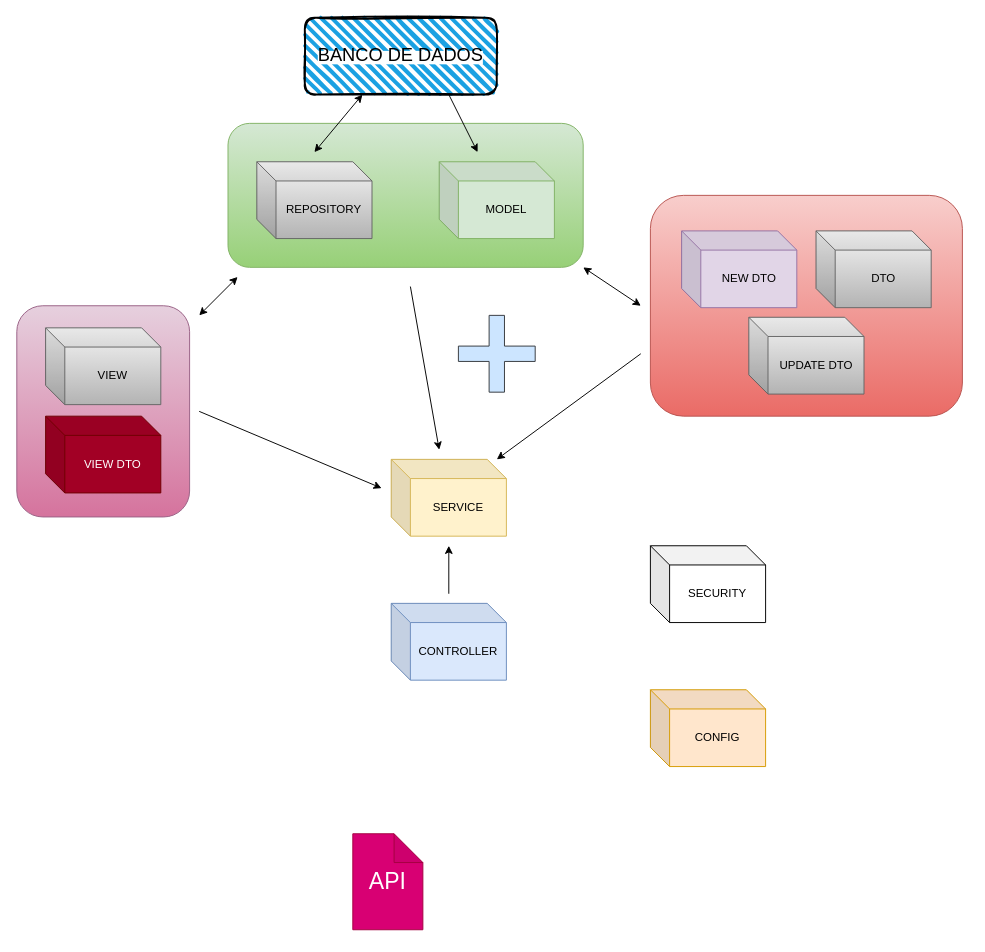
Earlier version of the draw.io diagram page "Estrutura - Java Project" (2 of 3) of Faca&Bigode.drawio (dev-welligtonlins/spring-security). Source tidied: cells renumbered, new cells numbered last; positions are measured from the earlier drawing's top-left corner, leaving out a move shared by most shapes. Both pictures are drawn from the tidied source at 96%, with x=0, y=0 at pixel (16, 17).
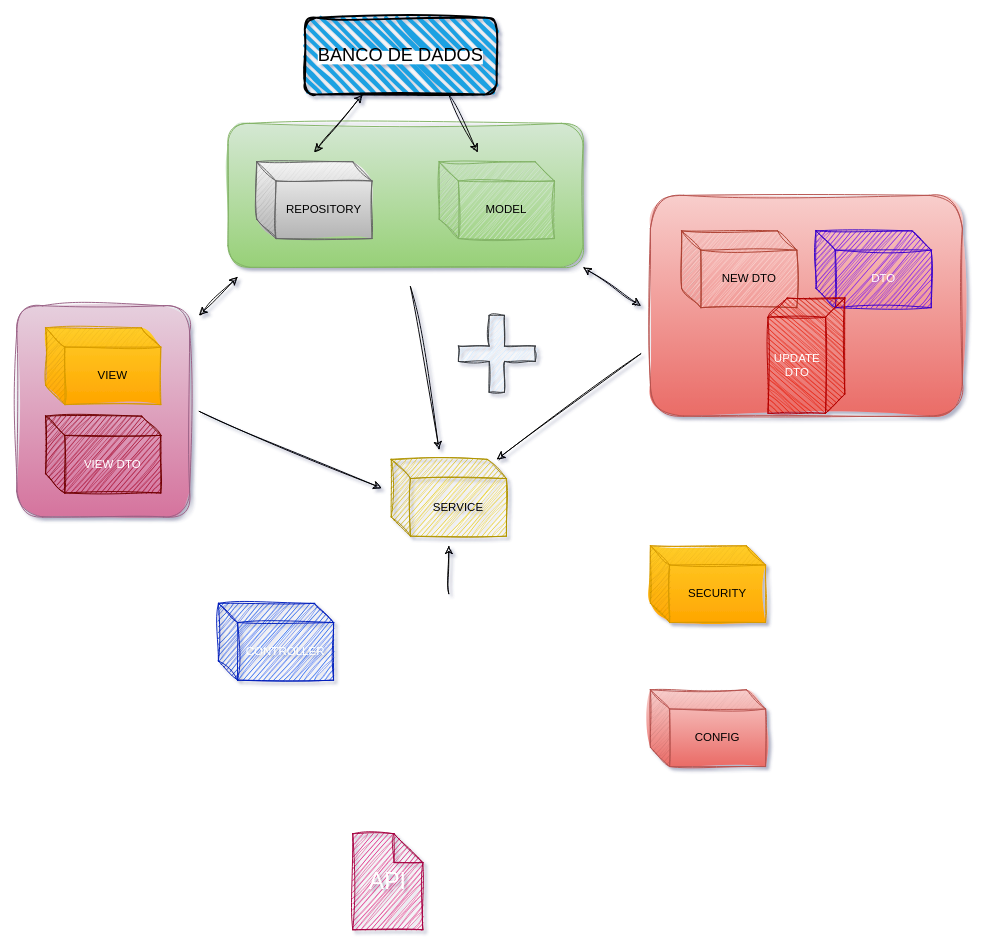
After the change.

What changed in the source:
```diff
@@
-<mxGraphModel background="#ffffff">
+<mxGraphModel background="#ffffff" shadow="1">
@@
-    <mxCell id="2" style="rounded=1;whiteSpace=wrap;html=1;fillColor=#e6d0de;strokeColor=#996185;gradientColor=#d5739d;" parent="1" vertex="1">
+    <mxCell id="2" style="rounded=1;whiteSpace=wrap;html=1;fillColor=#e6d0de;strokeColor=#996185;gradientColor=#d5739d;sketch=1;curveFitting=1;jiggle=2;" parent="1" vertex="1">
       <mxGeometry y="300" width="180" height="220" as="geometry" />
     </mxCell>
-    <mxCell id="3" style="rounded=1;whiteSpace=wrap;html=1;fillColor=#f8cecc;gradientColor=#ea6b66;strokeColor=#b85450;" parent="1" vertex="1">
+    <mxCell id="3" style="rounded=1;whiteSpace=wrap;html=1;fillColor=#f8cecc;gradientColor=#ea6b66;strokeColor=#b85450;sketch=1;curveFitting=1;jiggle=2;" parent="1" vertex="1">
       <mxGeometry x="660" y="185" width="325" height="230" as="geometry" />
     </mxCell>
-    <mxCell id="4" style="rounded=1;whiteSpace=wrap;html=1;fillColor=#d5e8d4;gradientColor=#97d077;strokeColor=#82b366;" parent="1" vertex="1">
+    <mxCell id="4" style="rounded=1;whiteSpace=wrap;html=1;fillColor=#d5e8d4;gradientColor=#97d077;strokeColor=#82b366;sketch=1;curveFitting=1;jiggle=2;" parent="1" vertex="1">
       <mxGeometry x="220" y="110" width="370" height="150" as="geometry" />
     </mxCell>
-    <mxCell id="5" value="REPOSITORY" style="shape=cube;whiteSpace=wrap;html=1;boundedLbl=1;backgroundOutline=1;darkOpacity=0.05;darkOpacity2=0.1;fillColor=#f5f5f5;gradientColor=#b3b3b3;strokeColor=#666666;" parent="1" vertex="1">
+    <mxCell id="5" value="REPOSITORY" style="shape=cube;whiteSpace=wrap;html=1;boundedLbl=1;backgroundOutline=1;darkOpacity=0.05;darkOpacity2=0.1;fillColor=#f5f5f5;gradientColor=#b3b3b3;strokeColor=#666666;sketch=1;curveFitting=1;jiggle=2;rounded=1;" parent="1" vertex="1">
       <mxGeometry x="250" y="150" width="120" height="80" as="geometry" />
     </mxCell>
-    <mxCell id="6" value="MODEL" style="shape=cube;whiteSpace=wrap;html=1;boundedLbl=1;backgroundOutline=1;darkOpacity=0.05;darkOpacity2=0.1;fillColor=#d5e8d4;strokeColor=#82b366;" parent="1" vertex="1">
+    <mxCell id="6" value="MODEL" style="shape=cube;whiteSpace=wrap;html=1;boundedLbl=1;backgroundOutline=1;darkOpacity=0.05;darkOpacity2=0.1;fillColor=#d5e8d4;strokeColor=#82b366;sketch=1;curveFitting=1;jiggle=2;rounded=1;" parent="1" vertex="1">
       <mxGeometry x="440" y="150" width="120" height="80" as="geometry" />
     </mxCell>
-    <mxCell id="7" value="SERVICE" style="shape=cube;whiteSpace=wrap;html=1;boundedLbl=1;backgroundOutline=1;darkOpacity=0.05;darkOpacity2=0.1;fillColor=#fff2cc;strokeColor=#d6b656;" parent="1" vertex="1">
+    <mxCell id="7" value="SERVICE" style="shape=cube;whiteSpace=wrap;html=1;boundedLbl=1;backgroundOutline=1;darkOpacity=0.05;darkOpacity2=0.1;fillColor=#e3c800;strokeColor=#B09500;fontColor=#000000;sketch=1;curveFitting=1;jiggle=2;rounded=1;" parent="1" vertex="1">
       <mxGeometry x="390" y="460" width="120" height="80" as="geometry" />
     </mxCell>
-    <mxCell id="8" style="edgeStyle=orthogonalEdgeStyle;rounded=0;orthogonalLoop=1;jettySize=auto;html=1;" parent="1" edge="1">
+    <mxCell id="8" style="edgeStyle=orthogonalEdgeStyle;rounded=1;orthogonalLoop=1;jettySize=auto;html=1;sketch=1;curveFitting=1;jiggle=2;" parent="1" edge="1">
       <mxGeometry relative="1" as="geometry">
         <mxPoint x="450" y="600" as="sourcePoint" />
         <mxPoint x="450" y="550" as="targetPoint" />
       </mxGeometry>
     </mxCell>
-    <mxCell id="9" value="CONTROLLER" style="shape=cube;whiteSpace=wrap;html=1;boundedLbl=1;backgroundOutline=1;darkOpacity=0.05;darkOpacity2=0.1;fillColor=#dae8fc;strokeColor=#6c8ebf;" parent="1" vertex="1">
-      <mxGeometry x="390" y="610" width="120" height="80" as="geometry" />
+    <mxCell id="9" value="CONTROLLER" style="shape=cube;whiteSpace=wrap;html=1;boundedLbl=1;backgroundOutline=1;darkOpacity=0.05;darkOpacity2=0.1;fillColor=#0050ef;strokeColor=#001DBC;fontColor=#ffffff;sketch=1;curveFitting=1;jiggle=2;rounded=1;" parent="1" vertex="1">
+      <mxGeometry x="210" y="610" width="120" height="80" as="geometry" />
     </mxCell>
-    <mxCell id="10" value="DTO" style="shape=cube;whiteSpace=wrap;html=1;boundedLbl=1;backgroundOutline=1;darkOpacity=0.05;darkOpacity2=0.1;fillColor=#f5f5f5;gradientColor=#b3b3b3;strokeColor=#666666;" parent="1" vertex="1">
+    <mxCell id="10" value="DTO" style="shape=cube;whiteSpace=wrap;html=1;boundedLbl=1;backgroundOutline=1;darkOpacity=0.05;darkOpacity2=0.1;fillColor=#6a00ff;strokeColor=#3700CC;fontColor=#ffffff;sketch=1;curveFitting=1;jiggle=2;rounded=1;" parent="1" vertex="1">
       <mxGeometry x="832.5" y="222" width="120" height="80" as="geometry" />
     </mxCell>
-    <mxCell id="11" value="NEW DTO" style="shape=cube;whiteSpace=wrap;html=1;boundedLbl=1;backgroundOutline=1;darkOpacity=0.05;darkOpacity2=0.1;fillColor=#e1d5e7;strokeColor=#9673a6;" parent="1" vertex="1">
+    <mxCell id="11" value="NEW DTO" style="shape=cube;whiteSpace=wrap;html=1;boundedLbl=1;backgroundOutline=1;darkOpacity=0.05;darkOpacity2=0.1;fillColor=#fad9d5;strokeColor=#ae4132;sketch=1;curveFitting=1;jiggle=2;rounded=1;" parent="1" vertex="1">
       <mxGeometry x="692.5" y="222" width="120" height="80" as="geometry" />
     </mxCell>
-    <mxCell id="12" value="UPDATE DTO" style="shape=cube;whiteSpace=wrap;html=1;boundedLbl=1;backgroundOutline=1;darkOpacity=0.05;darkOpacity2=0.1;fillColor=#f5f5f5;gradientColor=#b3b3b3;strokeColor=#666666;" parent="1" vertex="1">
-      <mxGeometry x="762.5" y="312" width="120" height="80" as="geometry" />
+    <mxCell id="12" value="UPDATE DTO" style="shape=cube;whiteSpace=wrap;html=1;boundedLbl=1;backgroundOutline=1;darkOpacity=0.05;darkOpacity2=0.1;direction=south;fillColor=#e51400;strokeColor=#B20000;fontColor=#ffffff;sketch=1;curveFitting=1;jiggle=2;rounded=1;" parent="1" vertex="1">
+      <mxGeometry x="782.5" y="292" width="80" height="120" as="geometry" />
     </mxCell>
-    <mxCell id="13" value="VIEW" style="shape=cube;whiteSpace=wrap;html=1;boundedLbl=1;backgroundOutline=1;darkOpacity=0.05;darkOpacity2=0.1;fillColor=#f5f5f5;gradientColor=#b3b3b3;strokeColor=#666666;" parent="1" vertex="1">
+    <mxCell id="13" value="VIEW" style="shape=cube;whiteSpace=wrap;html=1;boundedLbl=1;backgroundOutline=1;darkOpacity=0.05;darkOpacity2=0.1;fillColor=#ffcd28;gradientColor=#ffa500;strokeColor=#d79b00;sketch=1;curveFitting=1;jiggle=2;rounded=1;" parent="1" vertex="1">
       <mxGeometry x="30" y="323" width="120" height="80" as="geometry" />
     </mxCell>
-    <mxCell id="14" value="VIEW DTO" style="shape=cube;whiteSpace=wrap;html=1;boundedLbl=1;backgroundOutline=1;darkOpacity=0.05;darkOpacity2=0.1;fillColor=#a20025;fontColor=#ffffff;strokeColor=#6F0000;" parent="1" vertex="1">
+    <mxCell id="14" value="VIEW DTO" style="shape=cube;whiteSpace=wrap;html=1;boundedLbl=1;backgroundOutline=1;darkOpacity=0.05;darkOpacity2=0.1;fillColor=#a20025;fontColor=#ffffff;strokeColor=#6F0000;sketch=1;curveFitting=1;jiggle=2;rounded=1;" parent="1" vertex="1">
       <mxGeometry x="30" y="415" width="120" height="80" as="geometry" />
     </mxCell>
-    <mxCell id="15" value="&lt;span style=&quot;background-color: light-dark(#ffffff, var(--ge-dark-color, #121212));&quot;&gt;&lt;font style=&quot;font-size: 19px; line-height: 360%;&quot;&gt;BANCO DE DADOS&lt;/font&gt;&lt;/span&gt;" style="rounded=1;whiteSpace=wrap;html=1;strokeWidth=2;fillWeight=4;hachureGap=8;hachureAngle=45;fillColor=#1ba1e2;sketch=1;" parent="1" vertex="1">
+    <mxCell id="15" value="&lt;span style=&quot;background-color: light-dark(#ffffff, var(--ge-dark-color, #121212));&quot;&gt;&lt;font style=&quot;font-size: 19px; line-height: 360%;&quot;&gt;BANCO DE DADOS&lt;/font&gt;&lt;/span&gt;" style="rounded=1;whiteSpace=wrap;html=1;strokeWidth=2;fillWeight=4;hachureGap=8;hachureAngle=45;fillColor=#1ba1e2;sketch=1;curveFitting=1;jiggle=2;" parent="1" vertex="1">
       <mxGeometry x="300" width="200" height="80" as="geometry" />
     </mxCell>
-    <mxCell id="16" style="endArrow=classic;startArrow=classic;html=1;rounded=0;" parent="1" edge="1">
+    <mxCell id="16" style="endArrow=classic;startArrow=classic;html=1;rounded=1;sketch=1;curveFitting=1;jiggle=2;" parent="1" edge="1">
       <mxGeometry relative="1" as="geometry">
         <mxPoint x="310" y="140" as="sourcePoint" />
         <mxPoint x="360" y="80" as="targetPoint" />
       </mxGeometry>
     </mxCell>
-    <mxCell id="17" style="endArrow=classic;html=1;rounded=0;" parent="1" edge="1">
+    <mxCell id="17" style="endArrow=classic;html=1;rounded=1;sketch=1;curveFitting=1;jiggle=2;" parent="1" edge="1">
       <mxGeometry relative="1" as="geometry">
         <mxPoint x="450" y="80" as="sourcePoint" />
         <mxPoint x="480" y="140" as="targetPoint" />
       </mxGeometry>
     </mxCell>
-    <mxCell id="18" style="endArrow=classic;startArrow=classic;html=1;rounded=0;" parent="1" edge="1">
+    <mxCell id="18" style="endArrow=classic;startArrow=classic;html=1;rounded=1;sketch=1;curveFitting=1;jiggle=2;" parent="1" edge="1">
       <mxGeometry relative="1" as="geometry">
         <mxPoint x="190" y="310" as="sourcePoint" />
         <mxPoint x="230" y="270" as="targetPoint" />
       </mxGeometry>
     </mxCell>
-    <mxCell id="19" style="endArrow=classic;startArrow=classic;html=1;rounded=0;" parent="1" edge="1">
+    <mxCell id="19" style="endArrow=classic;startArrow=classic;html=1;rounded=1;sketch=1;curveFitting=1;jiggle=2;" parent="1" edge="1">
       <mxGeometry relative="1" as="geometry">
         <mxPoint x="650" y="300" as="sourcePoint" />
         <mxPoint x="590" y="260" as="targetPoint" />
       </mxGeometry>
     </mxCell>
-    <mxCell id="20" style="endArrow=classic;html=1;rounded=0;" parent="1" edge="1">
+    <mxCell id="20" style="endArrow=classic;html=1;rounded=1;sketch=1;curveFitting=1;jiggle=2;" parent="1" edge="1">
       <mxGeometry relative="1" as="geometry">
         <mxPoint x="410" y="280" as="sourcePoint" />
         <mxPoint x="440" y="450" as="targetPoint" />
       </mxGeometry>
     </mxCell>
-    <mxCell id="21" style="endArrow=classic;html=1;rounded=0;" parent="1" edge="1">
+    <mxCell id="21" style="endArrow=classic;html=1;rounded=1;sketch=1;curveFitting=1;jiggle=2;" parent="1" edge="1">
       <mxGeometry relative="1" as="geometry">
         <mxPoint x="190" y="410" as="sourcePoint" />
         <mxPoint x="380" y="490" as="targetPoint" />
       </mxGeometry>
     </mxCell>
-    <mxCell id="22" style="endArrow=classic;html=1;rounded=0;" parent="1" edge="1">
+    <mxCell id="22" style="endArrow=classic;html=1;rounded=1;sketch=1;curveFitting=1;jiggle=2;" parent="1" edge="1">
       <mxGeometry relative="1" as="geometry">
         <mxPoint x="650" y="350" as="sourcePoint" />
         <mxPoint x="500" y="460" as="targetPoint" />
       </mxGeometry>
     </mxCell>
-    <mxCell id="23" value="&lt;font style=&quot;font-size: 24px;&quot;&gt;API&lt;/font&gt;" style="shape=note;whiteSpace=wrap;html=1;backgroundOutline=1;darkOpacity=0.05;fillColor=#d80073;fontColor=#ffffff;strokeColor=#A50040;" parent="1" vertex="1">
+    <mxCell id="23" value="&lt;font style=&quot;font-size: 24px;&quot;&gt;API&lt;/font&gt;" style="shape=note;whiteSpace=wrap;html=1;backgroundOutline=1;darkOpacity=0.05;fillColor=#d80073;fontColor=#ffffff;strokeColor=#A50040;sketch=1;curveFitting=1;jiggle=2;rounded=1;" parent="1" vertex="1">
       <mxGeometry x="350" y="850" width="73" height="100" as="geometry" />
     </mxCell>
-    <mxCell id="24" value="CONFIG" style="shape=cube;whiteSpace=wrap;html=1;boundedLbl=1;backgroundOutline=1;darkOpacity=0.05;darkOpacity2=0.1;fillColor=#ffe6cc;strokeColor=#d79b00;" parent="1" vertex="1">
+    <mxCell id="24" value="CONFIG" style="shape=cube;whiteSpace=wrap;html=1;boundedLbl=1;backgroundOutline=1;darkOpacity=0.05;darkOpacity2=0.1;fillColor=#f8cecc;strokeColor=#b85450;gradientColor=#ea6b66;sketch=1;curveFitting=1;jiggle=2;rounded=1;" parent="1" vertex="1">
       <mxGeometry x="660" y="700" width="120" height="80" as="geometry" />
     </mxCell>
-    <mxCell id="25" value="SECURITY" style="shape=cube;whiteSpace=wrap;html=1;boundedLbl=1;backgroundOutline=1;darkOpacity=0.05;darkOpacity2=0.1;fillColor=none;" parent="1" vertex="1">
+    <mxCell id="25" value="SECURITY" style="shape=cube;whiteSpace=wrap;html=1;boundedLbl=1;backgroundOutline=1;darkOpacity=0.05;darkOpacity2=0.1;fillColor=#ffcd28;gradientColor=#ffa500;strokeColor=#d79b00;sketch=1;curveFitting=1;jiggle=2;rounded=1;" parent="1" vertex="1">
       <mxGeometry x="660" y="550" width="120" height="80" as="geometry" />
     </mxCell>
-    <mxCell id="26" style="shape=cross;whiteSpace=wrap;html=1;fillColor=#cce5ff;strokeColor=#36393d;" parent="1" vertex="1">
+    <mxCell id="26" style="shape=cross;whiteSpace=wrap;html=1;fillColor=#cce5ff;strokeColor=#36393d;sketch=1;curveFitting=1;jiggle=2;rounded=1;" parent="1" vertex="1">
       <mxGeometry x="460" y="310" width="80" height="80" as="geometry" />
     </mxCell>
```
